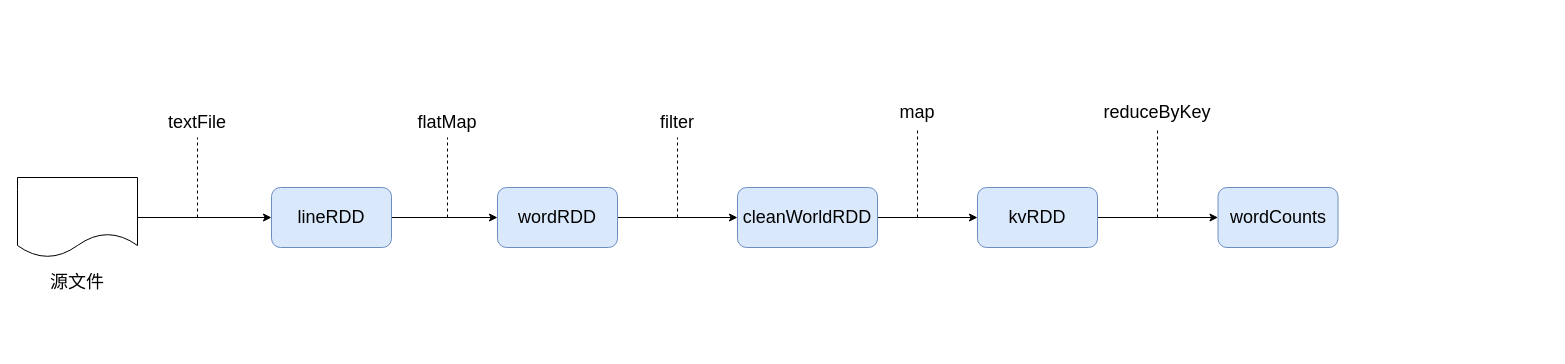
Earlier version of the draw.io diagram file/study/大数据/spark.assets/未命名绘图.drawio (HelloWorldDoNotLaugh/code_everyday). Source tidied: cells renumbered, new cells numbered last; positions are measured from the earlier drawing's top-left corner, leaving out a move shared by most shapes. Both pictures are drawn from the tidied source at 100%, with x=0, y=0 at pixel (17, 97).
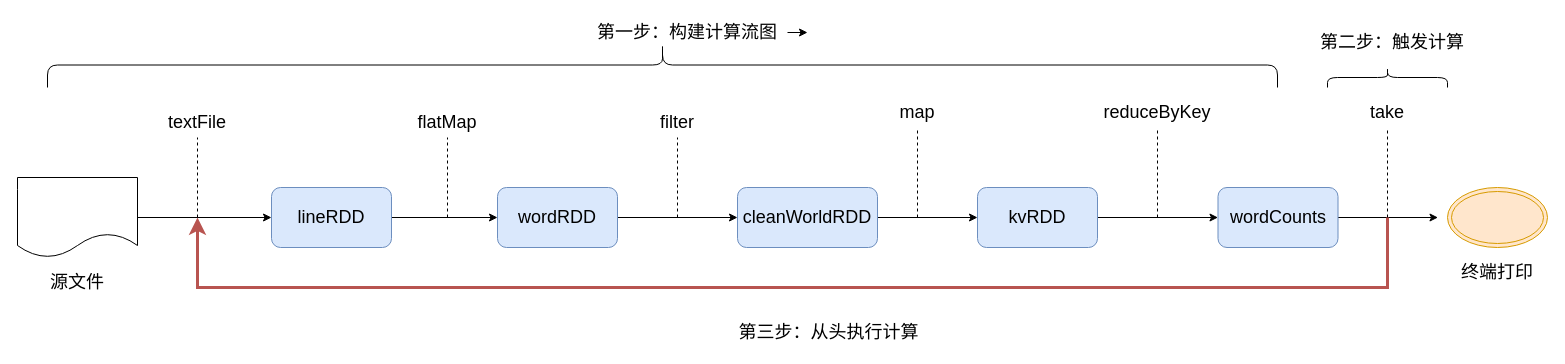
The same page after the edit.

Commit message:
更新未命名绘图.drawio

Unchanged cells that the change refers to:
```xml
<mxCell id="13" value="&lt;font style=&quot;font-size: 18px;&quot;&gt;wordCounts&lt;/font&gt;" style="whiteSpace=wrap;html=1;rounded=1;fillColor=#dae8fc;strokeColor=#6c8ebf;" parent="1" vertex="1">
  <mxGeometry x="1200.5" y="90" width="120" height="60" as="geometry" />
</mxCell>
```

The edit, as a diff of the source:
```diff
@@
+    <mxCell id="24" style="edgeStyle=orthogonalEdgeStyle;rounded=0;jettySize=auto;html=1;" parent="1" edge="1" source="13">
+      <mxGeometry relative="1" as="geometry">
+        <mxPoint x="1420.5" y="120" as="targetPoint" />
+      </mxGeometry>
+    </mxCell>
@@
+    <mxCell id="25" style="shape=curlyBracket;whiteSpace=wrap;html=1;rounded=1;labelPosition=left;verticalLabelPosition=middle;align=right;verticalAlign=middle;rotation=90;" parent="1" vertex="1">
+      <mxGeometry x="622.5" y="-647.5" width="45" height="1230" as="geometry" />
+    </mxCell>
+    <mxCell id="26" style="edgeStyle=orthogonalEdgeStyle;rounded=0;jettySize=auto;html=1;exitX=1;exitY=0.5;exitDx=0;exitDy=0;" parent="1" edge="1" source="27">
+      <mxGeometry relative="1" as="geometry">
+        <mxPoint x="790" y="-65" as="targetPoint" />
+      </mxGeometry>
+    </mxCell>
+    <mxCell id="27" value="&lt;font style=&quot;font-size: 18px;&quot;&gt;第一步：构建计算流图&lt;/font&gt;" style="text;html=1;strokeColor=none;fillColor=none;align=center;verticalAlign=middle;whiteSpace=wrap;rounded=0;" parent="1" vertex="1">
+      <mxGeometry x="570" y="-80" width="200" height="30" as="geometry" />
+    </mxCell>
+    <mxCell id="28" style="ellipse;shape=doubleEllipse;whiteSpace=wrap;html=1;fillColor=#ffe6cc;strokeColor=#d79b00;" parent="1" vertex="1">
+      <mxGeometry x="1430" y="90" width="100" height="60" as="geometry" />
+    </mxCell>
+    <mxCell id="29" style="endArrow=none;dashed=1;html=1;rounded=0;" parent="1" edge="1">
+      <mxGeometry relative="1" as="geometry">
+        <mxPoint x="1370" y="120" as="sourcePoint" />
+        <mxPoint x="1370" y="30" as="targetPoint" />
+      </mxGeometry>
+    </mxCell>
+    <mxCell id="30" value="&lt;font style=&quot;font-size: 18px;&quot;&gt;take&lt;/font&gt;" style="text;html=1;strokeColor=none;fillColor=none;align=center;verticalAlign=middle;whiteSpace=wrap;rounded=0;" parent="1" vertex="1">
+      <mxGeometry x="1340" width="60" height="30" as="geometry" />
+    </mxCell>
+    <mxCell id="31" style="shape=curlyBracket;whiteSpace=wrap;html=1;rounded=1;labelPosition=left;verticalLabelPosition=middle;align=right;verticalAlign=middle;rotation=90;" parent="1" vertex="1">
+      <mxGeometry x="1360" y="-80" width="20" height="120" as="geometry" />
+    </mxCell>
+    <mxCell id="32" value="&lt;font style=&quot;font-size: 18px;&quot;&gt;第二步：触发计算&lt;/font&gt;" style="text;html=1;strokeColor=none;fillColor=none;align=center;verticalAlign=middle;whiteSpace=wrap;rounded=0;" parent="1" vertex="1">
+      <mxGeometry x="1280" y="-70" width="190" height="30" as="geometry" />
+    </mxCell>
+    <mxCell id="33" style="edgeStyle=elbowEdgeStyle;elbow=vertical;endArrow=classic;html=1;curved=0;rounded=0;endSize=8;startSize=8;fillColor=#f8cecc;strokeColor=#b85450;strokeWidth=3;" parent="1" edge="1">
+      <mxGeometry relative="1" as="geometry">
+        <mxPoint x="1370" y="120" as="sourcePoint" />
+        <mxPoint x="180" y="120" as="targetPoint" />
+        <Array as="points">
+          <mxPoint x="780" y="190" />
+        </Array>
+      </mxGeometry>
+    </mxCell>
+    <mxCell id="34" value="&lt;font style=&quot;font-size: 18px;&quot;&gt;第三步：从头执行计算&lt;/font&gt;" style="text;html=1;strokeColor=none;fillColor=none;align=center;verticalAlign=middle;whiteSpace=wrap;rounded=0;" parent="1" vertex="1">
+      <mxGeometry x="710" y="220" width="203" height="30" as="geometry" />
+    </mxCell>
+    <mxCell id="35" value="&lt;font style=&quot;font-size: 18px;&quot;&gt;终端打印&lt;/font&gt;" style="text;html=1;strokeColor=none;fillColor=none;align=center;verticalAlign=middle;whiteSpace=wrap;rounded=0;" parent="1" vertex="1">
+      <mxGeometry x="1435" y="160" width="90" height="30" as="geometry" />
+    </mxCell>
```
